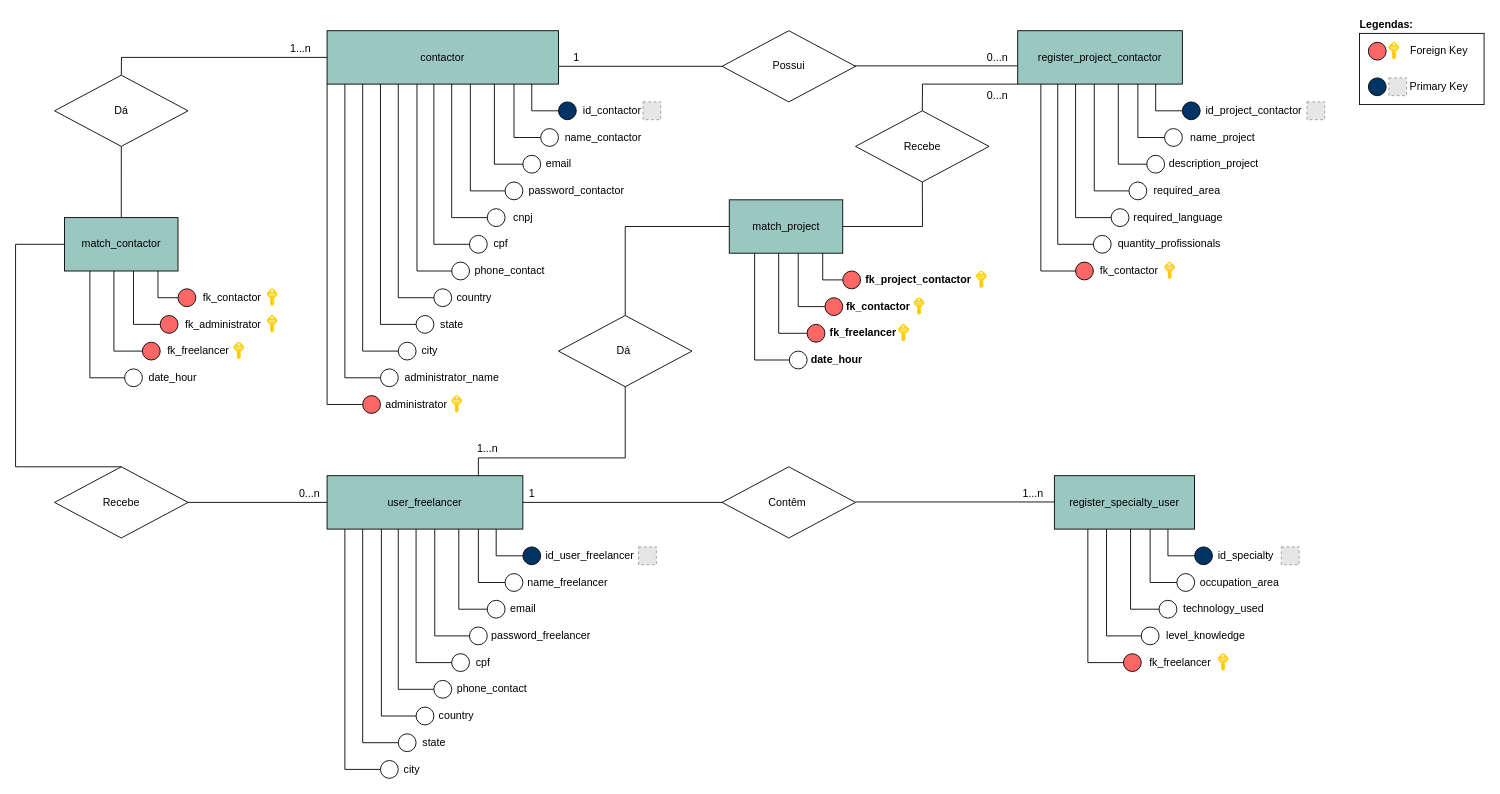
Before: bd/Modelo Conceitual - FindR.drawio in BrenoFraga/Grupo9-ProjetoPI, a draw.io diagram. Source tidied: cells renumbered, new cells numbered last; positions are measured from the earlier drawing's top-left corner, leaving out a move shared by most shapes. Both pictures are drawn from the tidied source at 89%, with x=0, y=0 at pixel (15, 15). Pictures stored in the file or linked from it are replaced by grey dashed boxes.
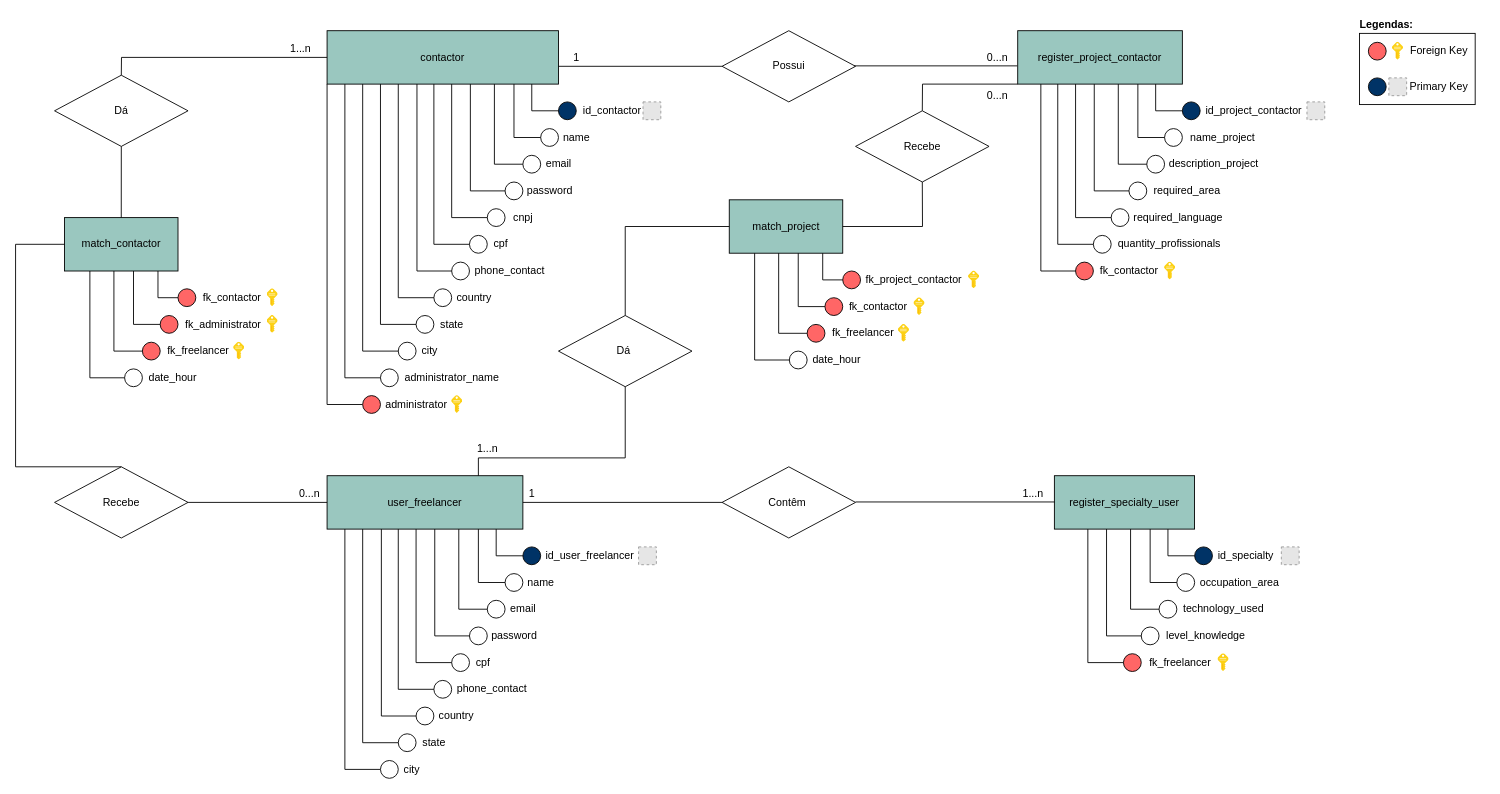
The same diagram, later.

The edit, as a diff of the source:
```diff
@@
-    <mxCell id="11" value="name_contactor" style="text;html=1;align=center;verticalAlign=middle;fillColor=none;strokeColor=none;rounded=0;" parent="1" vertex="1">
-      <mxGeometry x="610" y="127" width="100" height="20" as="geometry" />
+    <mxCell id="11" value="name" style="text;html=1;align=center;verticalAlign=middle;fillColor=none;strokeColor=none;rounded=0;" parent="1" vertex="1">
+      <mxGeometry x="605" y="127" width="50" height="20" as="geometry" />
     </mxCell>
@@
-    <mxCell id="13" value="password_contactor" style="text;html=1;align=center;verticalAlign=middle;fillColor=none;strokeColor=none;rounded=0;" parent="1" vertex="1">
-      <mxGeometry x="570" y="187" width="120" height="20" as="geometry" />
+    <mxCell id="13" value="password" style="text;html=1;align=center;verticalAlign=middle;fillColor=none;strokeColor=none;rounded=0;" parent="1" vertex="1">
+      <mxGeometry x="565" y="187" width="70" height="20" as="geometry" />
     </mxCell>
@@
-    <mxCell id="43" value="name_freelancer" style="text;html=1;align=center;verticalAlign=middle;fillColor=none;strokeColor=none;rounded=0;" parent="1" vertex="1">
-      <mxGeometry x="565" y="627" width="110" height="20" as="geometry" />
+    <mxCell id="43" value="name" style="text;html=1;align=center;verticalAlign=middle;fillColor=none;strokeColor=none;rounded=0;" parent="1" vertex="1">
+      <mxGeometry x="565" y="627" width="50" height="20" as="geometry" />
     </mxCell>
@@
-    <mxCell id="45" value="password_freelancer" style="text;html=1;align=center;verticalAlign=middle;fillColor=none;strokeColor=none;rounded=0;" parent="1" vertex="1">
-      <mxGeometry x="525" y="687" width="130" height="20" as="geometry" />
+    <mxCell id="45" value="password" style="text;html=1;align=center;verticalAlign=middle;fillColor=none;strokeColor=none;rounded=0;" parent="1" vertex="1">
+      <mxGeometry x="525" y="687" width="70" height="20" as="geometry" />
     </mxCell>
@@
-    <mxCell id="115" value="fk_project_contactor" style="text;html=1;align=center;verticalAlign=middle;fillColor=none;strokeColor=none;rounded=0;fontStyle=1;" parent="1" vertex="1">
-      <mxGeometry x="949.4" y="287" width="130" height="20" as="geometry" />
+    <mxCell id="115" value="&lt;span style=&quot;font-weight: normal&quot;&gt;fk_project_contactor&lt;/span&gt;" style="text;html=1;align=center;verticalAlign=middle;fillColor=none;strokeColor=none;rounded=0;fontStyle=1;" parent="1" vertex="1">
+      <mxGeometry x="949.4" y="287" width="120" height="20" as="geometry" />
     </mxCell>
-    <mxCell id="116" value="fk_contactor" style="text;html=1;align=center;verticalAlign=middle;fillColor=none;strokeColor=none;rounded=0;fontStyle=1;" parent="1" vertex="1">
-      <mxGeometry x="924.4" y="317" width="90" height="20" as="geometry" />
+    <mxCell id="116" value="&lt;span style=&quot;font-weight: normal&quot;&gt;fk_contactor&lt;/span&gt;" style="text;html=1;align=center;verticalAlign=middle;fillColor=none;strokeColor=none;rounded=0;fontStyle=1;" parent="1" vertex="1">
+      <mxGeometry x="929.4" y="317" width="80" height="20" as="geometry" />
     </mxCell>
-    <mxCell id="117" value="fk_freelancer" style="text;html=1;align=center;verticalAlign=middle;fillColor=none;strokeColor=none;rounded=0;fontStyle=1;" parent="1" vertex="1">
-      <mxGeometry x="906.9" y="347" width="90" height="20" as="geometry" />
+    <mxCell id="117" value="&lt;span style=&quot;font-weight: normal&quot;&gt;fk_freelancer&lt;/span&gt;" style="text;html=1;align=center;verticalAlign=middle;fillColor=none;strokeColor=none;rounded=0;fontStyle=1;" parent="1" vertex="1">
+      <mxGeometry x="911.9" y="347" width="80" height="20" as="geometry" />
     </mxCell>
-    <mxCell id="118" value="date_hour&amp;nbsp;" style="text;html=1;align=center;verticalAlign=middle;fillColor=none;strokeColor=none;rounded=0;fontStyle=1;" parent="1" vertex="1">
-      <mxGeometry x="884.4" y="377" width="80" height="20" as="geometry" />
+    <mxCell id="118" value="&lt;span style=&quot;font-weight: normal&quot;&gt;date_hour&amp;nbsp;&lt;/span&gt;" style="text;html=1;align=center;verticalAlign=middle;fillColor=none;strokeColor=none;rounded=0;fontStyle=1;" parent="1" vertex="1">
+      <mxGeometry x="889.4" y="377" width="70" height="20" as="geometry" />
     </mxCell>
@@
     <mxCell id="124" style="sketch=0;html=1;align=center;image;fontSize=12;image=img/lib/mscae/Key.svg;fillColor=#FF6666;fontStyle=1;" parent="1" vertex="1">
-      <mxGeometry x="1079.4" y="287" width="12.4" height="20" as="geometry" />
+      <mxGeometry x="1070.7" y="287" width="12.4" height="20" as="geometry" />
     </mxCell>
@@
     <mxCell id="170" style="sketch=0;html=1;align=center;image;fontSize=12;image=img/lib/mscae/Key.svg;fillColor=#FF6666;" parent="1" vertex="1">
-      <mxGeometry x="1543" y="30" width="12.4" height="20" as="geometry" />
+      <mxGeometry x="1547" y="30" width="12.4" height="20" as="geometry" />
     </mxCell>
@@
     <mxCell id="176" style="rounded=0;whiteSpace=wrap;html=1;fillColor=none;" parent="1" vertex="1">
-      <mxGeometry x="1510" y="20" width="140" height="80" as="geometry" />
+      <mxGeometry x="1510" y="20" width="130" height="80" as="geometry" />
     </mxCell>
```
